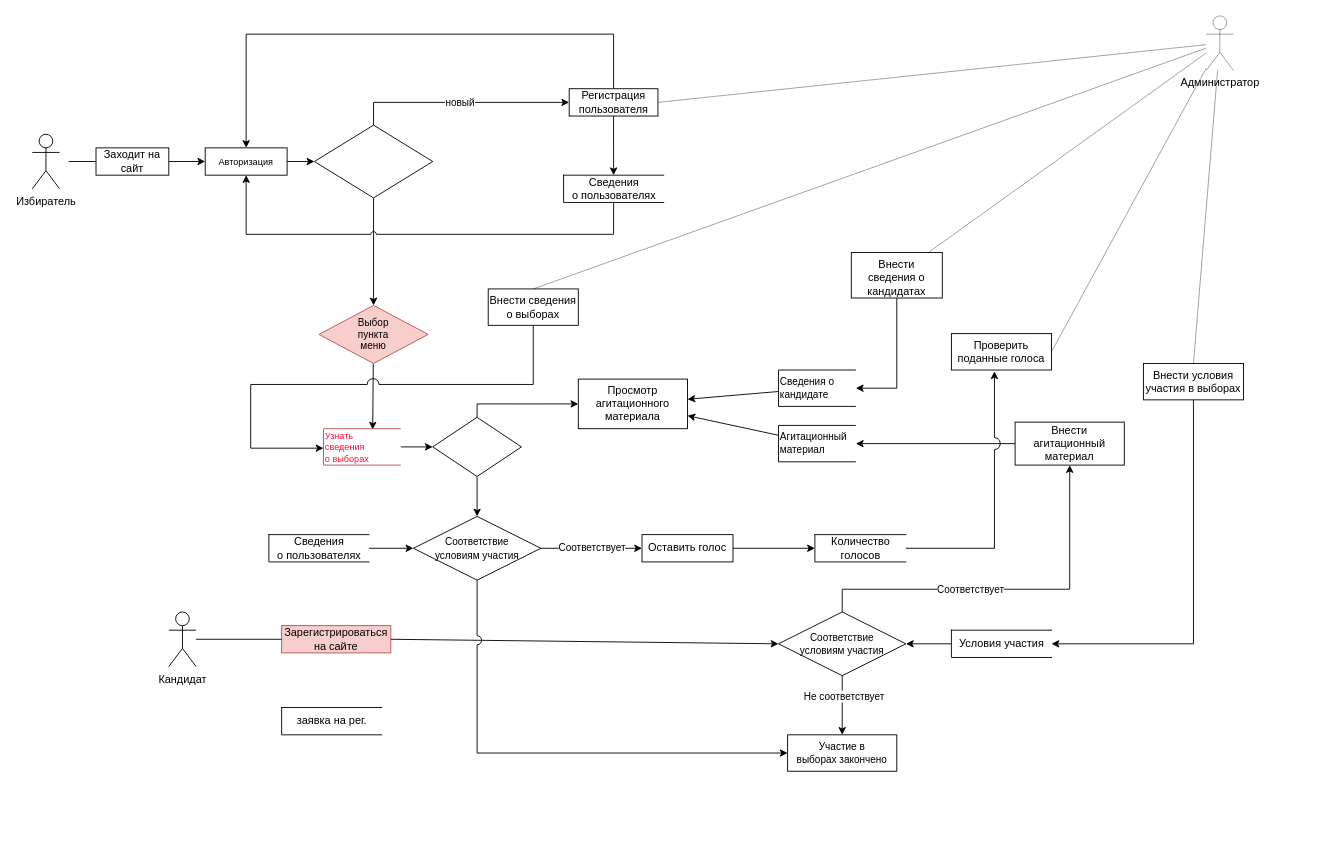
This is DFD Diagram v.2.0 .drawio from aleksey899/Inter.MixAN, a draw.io file, before an edit. Source tidied: cells renumbered, new cells numbered last; positions are measured from the earlier drawing's top-left corner, leaving out a move shared by most shapes. Both pictures are drawn from the tidied source at 91%, with x=0, y=0 at pixel (32, 15).
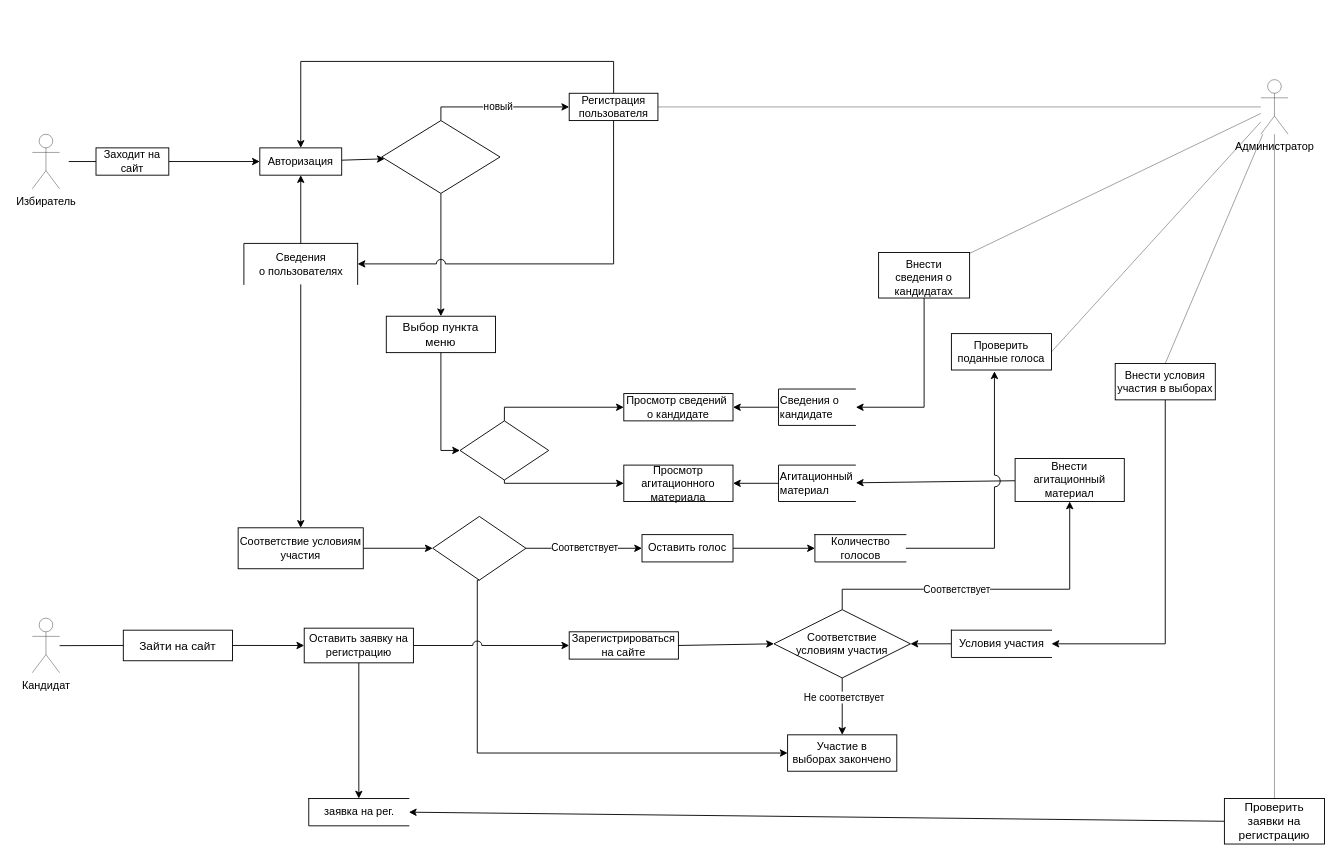
Above is the later version.

Unchanged cells that the change refers to:
```xml
<mxCell id="46" value="Условия участия" style="html=1;dashed=0;whitespace=wrap;shape=partialRectangle;right=0;" parent="1" vertex="1">
  <mxGeometry x="1010" y="675" width="110" height="30" as="geometry" />
</mxCell>
```

Diff of the diagram source:
```diff
@@
-    <mxCell id="3" value="Избиратель" style="shape=umlActor;verticalLabelPosition=bottom;verticalAlign=top;html=1;hachureGap=4;" parent="1" vertex="1">
+    <mxCell id="3" value="Избиратель" style="shape=umlActor;verticalLabelPosition=bottom;verticalAlign=top;html=1;hachureGap=4;opacity=40;" parent="1" vertex="1">
       <mxGeometry y="130" width="30" height="60" as="geometry" />
     </mxCell>
@@
     <mxCell id="5" value="Администратор" style="shape=umlActor;verticalLabelPosition=bottom;verticalAlign=top;html=1;outlineConnect=0;hachureGap=4;opacity=40;" parent="1" vertex="1">
-      <mxGeometry x="1290" width="30" height="60" as="geometry" />
+      <mxGeometry x="1350" y="70" width="30" height="60" as="geometry" />
     </mxCell>
-    <mxCell id="6" value="Кандидат" style="shape=umlActor;verticalLabelPosition=bottom;verticalAlign=top;html=1;outlineConnect=0;hachureGap=4;" parent="1" vertex="1">
-      <mxGeometry x="150" y="655" width="30" height="60" as="geometry" />
+    <mxCell id="6" value="Кандидат" style="shape=umlActor;verticalLabelPosition=bottom;verticalAlign=top;html=1;outlineConnect=0;hachureGap=4;opacity=40;" parent="1" vertex="1">
+      <mxGeometry y="661.8" width="30" height="60" as="geometry" />
     </mxCell>
@@
-    <mxCell id="9" style="edgeStyle=none;rounded=0;jettySize=auto;html=1;fontSize=11;endArrow=classic;endFill=1;entryX=0.636;entryY=0.024;entryDx=0;entryDy=0;entryPerimeter=0;" parent="1" edge="1" source="10" target="14">
-      <mxGeometry relative="1" as="geometry" />
-    </mxCell>
-    <mxCell id="10" value="&lt;font style=&quot;font-size: 11px&quot;&gt;Выбор &lt;br&gt;пункта &lt;br&gt;&lt;font style=&quot;font-size: 11px&quot;&gt;меню&lt;/font&gt;&lt;font style=&quot;font-size: 11px&quot;&gt; &lt;br&gt; &lt;/font&gt;&lt;/font&gt;" style="strokeWidth=1;html=1;shape=mxgraph.flowchart.decision;whiteSpace=wrap;fontSize=10;fillColor=#f8cecc;strokeColor=#b85450;" parent="1" vertex="1">
-      <mxGeometry x="315" y="318.1" width="120" height="63.8" as="geometry" />
-    </mxCell>
@@
-    <mxCell id="12" value="Авторизация" style="whiteSpace=wrap;html=1;fontSize=10;strokeWidth=1;" parent="1" vertex="1">
-      <mxGeometry x="190" y="145" width="90" height="30" as="geometry" />
+    <mxCell id="12" value="&lt;font style=&quot;font-size: 12px&quot;&gt;Авторизация&lt;/font&gt;" style="whiteSpace=wrap;html=1;fontSize=10;strokeWidth=1;" parent="1" vertex="1">
+      <mxGeometry x="250" y="145" width="90" height="30" as="geometry" />
     </mxCell>
-    <mxCell id="13" style="edgeStyle=none;rounded=0;jettySize=auto;html=1;fontSize=12;endArrow=classic;endFill=1;elbow=vertical;" parent="1" edge="1" source="14" target="24">
-      <mxGeometry relative="1" as="geometry" />
-    </mxCell>
-    <mxCell id="14" value="&lt;font&gt;&lt;span style=&quot;text-align: center ; font-size: 10px&quot;&gt;Узнать&lt;/span&gt;&lt;br style=&quot;text-align: center&quot;&gt;&lt;span style=&quot;text-align: center ; font-size: 10px&quot;&gt;сведения&lt;/span&gt;&lt;/font&gt; &lt;br&gt;&lt;div style=&quot;text-align: center&quot;&gt;&lt;span style=&quot;font-size: 10px&quot;&gt;о выборах&lt;/span&gt;&lt;/div&gt;" style="strokeWidth=1;html=1;shape=mxgraph.flowchart.annotation_1;align=left;rounded=0;fontSize=11;fillColor=#f8cecc;strokeColor=#b85450;fontColor=#FF0F37;" parent="1" vertex="1">
-      <mxGeometry x="320" y="453.6" width="85" height="40" as="geometry" />
-    </mxCell>
     <mxCell id="15" style="rhombus;whiteSpace=wrap;html=1;fontSize=10;strokeWidth=1;" parent="1" vertex="1">
-      <mxGeometry x="310" y="120" width="130" height="80" as="geometry" />
+      <mxGeometry x="384" y="115" width="130" height="80" as="geometry" />
     </mxCell>
@@
-    <mxCell id="17" value="новый" style="endArrow=classic;html=1;rounded=0;fontSize=11;edgeStyle=orthogonalEdgeStyle;elbow=vertical;endFill=1;exitX=0.5;exitY=0;exitDx=0;exitDy=0;entryX=0;entryY=0.5;entryDx=0;entryDy=0;" parent="1" edge="1" source="15" target="19">
+    <mxCell id="17" value="новый" style="endArrow=classic;html=1;rounded=0;fontSize=11;edgeStyle=orthogonalEdgeStyle;elbow=vertical;endFill=1;exitX=0.5;exitY=0;exitDx=0;exitDy=0;entryX=0;entryY=0.5;entryDx=0;entryDy=0;strokeWidth=1;" parent="1" edge="1" source="15" target="19">
       <mxGeometry relative="1" as="geometry" />
     </mxCell>
     <mxCell id="18" style="edgeStyle=orthogonalEdgeStyle;rounded=0;jettySize=auto;html=1;entryX=0.5;entryY=0;entryDx=0;entryDy=0;" parent="1" edge="1" source="19" target="12">
       <mxGeometry relative="1" as="geometry">
         <Array as="points">
-          <mxPoint x="639" y="20" />
-          <mxPoint x="235" y="20" />
+          <mxPoint x="639" y="50" />
+          <mxPoint x="295" y="50" />
         </Array>
       </mxGeometry>
     </mxCell>
     <mxCell id="19" value="&lt;font&gt;Регистрация&lt;br&gt;&lt;/font&gt;&lt;font&gt;пользователя&lt;/font&gt;" style="rounded=0;whiteSpace=wrap;html=1;fontSize=12;strokeWidth=1;" parent="1" vertex="1">
-      <mxGeometry x="590" y="80" width="97.5" height="30" as="geometry" />
+      <mxGeometry x="590" y="85" width="97.5" height="30" as="geometry" />
     </mxCell>
-    <mxCell id="20" style="endArrow=classic;html=1;rounded=0;fontSize=12;edgeStyle=orthogonalEdgeStyle;elbow=vertical;exitX=0.5;exitY=1;exitDx=0;exitDy=0;entryX=0.5;entryY=0;entryDx=0;entryDy=0;entryPerimeter=0;" parent="1" edge="1" source="15" target="10">
-      <mxGeometry relative="1" as="geometry">
-        <Array as="points">
-          <mxPoint x="375" y="290" />
-          <mxPoint x="375" y="290" />
-        </Array>
-      </mxGeometry>
-    </mxCell>
@@
     <mxCell id="24" style="rhombus;whiteSpace=wrap;html=1;rounded=0;fontSize=11;align=left;strokeWidth=1;" parent="1" vertex="1">
-      <mxGeometry x="440" y="441.1" width="97.5" height="65" as="geometry" />
+      <mxGeometry x="470" y="445" width="97.5" height="65" as="geometry" />
     </mxCell>
@@
-    <mxCell id="26" value="Зарегистрироваться&lt;br&gt;&lt;font&gt;на сайте&lt;/font&gt;" style="rounded=0;whiteSpace=wrap;html=1;fontSize=12;strokeWidth=1;fillColor=#f8cecc;strokeColor=#b85450;" parent="1" vertex="1">
-      <mxGeometry x="274" y="670" width="120" height="30" as="geometry" />
+    <mxCell id="26" value="Зарегистрироваться&lt;br&gt;&lt;font&gt;на сайте&lt;/font&gt;" style="rounded=0;whiteSpace=wrap;html=1;fontSize=12;strokeWidth=1;" parent="1" vertex="1">
+      <mxGeometry x="590" y="676.8" width="120" height="30" as="geometry" />
     </mxCell>
@@
     <mxCell id="29" value="Внести агитационный&lt;br&gt;&lt;font&gt;материал&lt;/font&gt;" style="rounded=0;whiteSpace=wrap;html=1;fontSize=12;strokeWidth=1;" parent="1" vertex="1">
-      <mxGeometry x="1080" y="446.4" width="120" height="47.2" as="geometry" />
+      <mxGeometry x="1080" y="486.4" width="120" height="47.2" as="geometry" />
     </mxCell>
-    <mxCell id="30" value="&lt;font style=&quot;font-size: 11px&quot;&gt;Соответствие&lt;font style=&quot;font-size: 11px&quot;&gt;&lt;br&gt;условиям &lt;/font&gt; &lt;font style=&quot;font-size: 11px&quot;&gt;участия&lt;/font&gt;&lt;/font&gt;" style="rhombus;whiteSpace=wrap;html=1;rounded=0;fontSize=12;strokeWidth=1;" parent="1" vertex="1">
-      <mxGeometry x="820" y="655" width="140" height="70" as="geometry" />
+    <mxCell id="30" value="&lt;font style=&quot;font-size: 12px&quot;&gt;Соответствие&lt;font style=&quot;font-size: 12px&quot;&gt;&lt;br&gt;условиям &lt;/font&gt; &lt;font style=&quot;font-size: 12px&quot;&gt;участия&lt;/font&gt;&lt;/font&gt;" style="rhombus;whiteSpace=wrap;html=1;rounded=0;fontSize=12;strokeWidth=1;" parent="1" vertex="1">
+      <mxGeometry x="815" y="652.5" width="150" height="75" as="geometry" />
     </mxCell>
-    <mxCell id="31" value="Участие в&lt;br&gt;выборах&amp;nbsp;&lt;font&gt;закончено&lt;/font&gt;" style="rounded=0;whiteSpace=wrap;html=1;fontSize=11;strokeWidth=1;" parent="1" vertex="1">
+    <mxCell id="31" value="&lt;font style=&quot;font-size: 12px&quot;&gt;Участие в&lt;br&gt;выборах&amp;nbsp;&lt;font style=&quot;font-size: 12px&quot;&gt;закончено&lt;/font&gt;&lt;/font&gt;" style="rounded=0;whiteSpace=wrap;html=1;fontSize=11;strokeWidth=1;" parent="1" vertex="1">
       <mxGeometry x="830" y="790" width="120" height="40" as="geometry" />
     </mxCell>
@@
-    <mxCell id="36" style="edgeStyle=none;rounded=0;jettySize=auto;html=1;endArrow=classic;endFill=1;" parent="1" edge="1" source="37" target="38">
+    <mxCell id="36" style="edgeStyle=none;rounded=0;jettySize=auto;html=1;endArrow=classic;endFill=1;entryX=1;entryY=0.5;entryDx=0;entryDy=0;" parent="1" edge="1" source="37" target="38">
       <mxGeometry relative="1" as="geometry" />
     </mxCell>
-    <mxCell id="37" value="Агитационный&lt;br&gt;материал" style="strokeWidth=1;html=1;shape=mxgraph.flowchart.annotation_1;align=left;rounded=0;fontSize=11;" parent="1" vertex="1">
-      <mxGeometry x="820" y="450" width="85" height="40" as="geometry" />
+    <mxCell id="37" value="&lt;font style=&quot;font-size: 12px&quot;&gt;Агитационный&lt;br&gt;материал&lt;/font&gt;" style="strokeWidth=1;html=1;shape=mxgraph.flowchart.annotation_1;align=left;rounded=0;fontSize=11;" parent="1" vertex="1">
+      <mxGeometry x="820" y="493.6" width="85" height="40" as="geometry" />
     </mxCell>
-    <mxCell id="38" value="Просмотр агитационного материала" style="rounded=0;whiteSpace=wrap;html=1;fontSize=12;strokeWidth=1;" parent="1" vertex="1">
-      <mxGeometry x="600" y="399.1" width="120" height="54.5" as="geometry" />
-    </mxCell>
-    <mxCell id="39" style="edgeStyle=none;rounded=0;jettySize=auto;html=1;endArrow=classic;endFill=1;" parent="1" edge="1" source="40" target="38">
+    <mxCell id="39" style="edgeStyle=none;rounded=0;jettySize=auto;html=1;endArrow=classic;endFill=1;entryX=1;entryY=0.5;entryDx=0;entryDy=0;" parent="1" edge="1" source="40" target="66">
       <mxGeometry relative="1" as="geometry" />
     </mxCell>
-    <mxCell id="40" value="Сведения о &lt;br&gt;кандидате" style="strokeWidth=1;html=1;shape=mxgraph.flowchart.annotation_1;align=left;rounded=0;fontSize=11;" parent="1" vertex="1">
-      <mxGeometry x="820" y="389.1" width="85" height="40" as="geometry" />
+    <mxCell id="40" value="&lt;font style=&quot;font-size: 12px&quot;&gt;Сведения о &lt;br&gt;кандидате&lt;/font&gt;" style="strokeWidth=1;html=1;shape=mxgraph.flowchart.annotation_1;align=left;rounded=0;fontSize=11;" parent="1" vertex="1">
+      <mxGeometry x="820" y="410" width="85" height="40" as="geometry" />
     </mxCell>
-    <mxCell id="41" value="Внести сведения о выборах" style="rounded=0;whiteSpace=wrap;html=1;" parent="1" vertex="1">
-      <mxGeometry x="501" y="300" width="99" height="40" as="geometry" />
-    </mxCell>
-    <mxCell id="42" style="endArrow=none;html=1;rounded=0;entryX=0.5;entryY=0;entryDx=0;entryDy=0;endFill=0;opacity=40;" parent="1" edge="1" source="5" target="41">
-      <mxGeometry relative="1" as="geometry" />
-    </mxCell>
-    <mxCell id="43" style="edgeStyle=orthogonalEdgeStyle;rounded=0;jettySize=auto;html=1;jumpStyle=arc;" parent="1" edge="1" source="44" target="12">
-      <mxGeometry relative="1" as="geometry">
-        <Array as="points">
-          <mxPoint x="639" y="240" />
-          <mxPoint x="235" y="240" />
-        </Array>
-      </mxGeometry>
+    <mxCell id="43" style="edgeStyle=none;rounded=0;jumpStyle=arc;jumpSize=10;jettySize=auto;html=1;fontSize=12;strokeWidth=1;" parent="1" edge="1" source="44" target="12">
+      <mxGeometry relative="1" as="geometry" />
     </mxCell>
-    <mxCell id="44" value="Сведения&lt;br&gt;о&amp;nbsp;&lt;font&gt;пользователях&lt;/font&gt;" style="html=1;dashed=0;whitespace=wrap;shape=partialRectangle;right=0;" parent="1" vertex="1">
-      <mxGeometry x="583.8" y="175" width="110" height="30" as="geometry" />
+    <mxCell id="44" value="Сведения&lt;br&gt;о&amp;nbsp;&lt;font&gt;пользователях&lt;/font&gt;" style="html=1;dashed=0;whitespace=wrap;shape=partialRectangle;right=0;direction=south;" parent="1" vertex="1">
+      <mxGeometry x="232.5" y="250" width="125" height="45" as="geometry" />
     </mxCell>
@@
     <mxCell id="47" value="Внести&lt;br&gt;сведения&amp;nbsp;&lt;font&gt;о кандидатах&lt;/font&gt;" style="whiteSpace=wrap;html=1;verticalAlign=top;hachureGap=4;" parent="1" vertex="1">
-      <mxGeometry x="900" y="260" width="100" height="50" as="geometry" />
+      <mxGeometry x="930" y="260" width="100" height="50" as="geometry" />
     </mxCell>
     <mxCell id="48" style="endArrow=classic;html=1;rounded=0;edgeStyle=orthogonalEdgeStyle;exitX=0.5;exitY=1;exitDx=0;exitDy=0;entryX=1;entryY=0.5;entryDx=0;entryDy=0;entryPerimeter=0;jumpStyle=arc;jumpSize=13;" parent="1" edge="1" source="47" target="40">
       <mxGeometry relative="1" as="geometry">
         <Array as="points">
-          <mxPoint x="950" y="409" />
+          <mxPoint x="980" y="430" />
         </Array>
       </mxGeometry>
     </mxCell>
-    <mxCell id="49" style="endArrow=classic;html=1;rounded=0;edgeStyle=orthogonalEdgeStyle;jumpStyle=arc;jumpSize=13;entryX=0;entryY=0.5;entryDx=0;entryDy=0;exitX=0.5;exitY=0;exitDx=0;exitDy=0;" parent="1" edge="1" source="24" target="38">
+    <mxCell id="49" style="endArrow=classic;html=1;rounded=0;edgeStyle=orthogonalEdgeStyle;jumpStyle=arc;jumpSize=13;exitX=0.5;exitY=0;exitDx=0;exitDy=0;entryX=0;entryY=0.5;entryDx=0;entryDy=0;" parent="1" edge="1" source="24" target="66">
       <mxGeometry relative="1" as="geometry">
         <Array as="points">
-          <mxPoint x="489" y="426" />
+          <mxPoint x="519" y="430" />
         </Array>
       </mxGeometry>
     </mxCell>
-    <mxCell id="50" style="endArrow=classic;html=1;rounded=0;jumpStyle=arc;jumpSize=13;exitX=0.5;exitY=1;exitDx=0;exitDy=0;" parent="1" edge="1" source="19" target="44">
-      <mxGeometry relative="1" as="geometry" />
-    </mxCell>
@@
-    <mxCell id="54" style="endArrow=classic;html=1;rounded=0;fontSize=12;edgeStyle=orthogonalEdgeStyle;jumpStyle=arc;jumpSize=13;exitX=0.5;exitY=1;exitDx=0;exitDy=0;" parent="1" edge="1" source="41">
-      <mxGeometry relative="1" as="geometry">
-        <mxPoint x="320" y="475" as="targetPoint" />
-        <Array as="points">
-          <mxPoint x="550" y="405" />
-          <mxPoint x="240" y="405" />
-          <mxPoint x="240" y="475" />
-        </Array>
-      </mxGeometry>
-    </mxCell>
     <mxCell id="55" value="Внести условия участия в выборах" style="rounded=0;whiteSpace=wrap;html=1;fontSize=12;direction=west;" parent="1" vertex="1">
-      <mxGeometry x="1221" y="381.9" width="110" height="40" as="geometry" />
+      <mxGeometry x="1190" y="381.9" width="110" height="40" as="geometry" />
     </mxCell>
@@
-    <mxCell id="57" value="&lt;font style=&quot;font-size: 11px&quot;&gt;Соответствие&lt;font style=&quot;font-size: 11px&quot;&gt;&lt;br&gt;условиям &lt;/font&gt; &lt;font style=&quot;font-size: 11px&quot;&gt;участия&lt;/font&gt;&lt;/font&gt;" style="rhombus;whiteSpace=wrap;html=1;rounded=0;fontSize=12;strokeWidth=1;" parent="1" vertex="1">
-      <mxGeometry x="418.8" y="550" width="140" height="70" as="geometry" />
+    <mxCell id="57" style="rhombus;whiteSpace=wrap;html=1;rounded=0;fontSize=12;strokeWidth=1;" parent="1" vertex="1">
+      <mxGeometry x="440" y="550" width="102.5" height="70" as="geometry" />
     </mxCell>
@@
-    <mxCell id="60" style="endArrow=none;html=1;rounded=0;jumpStyle=arc;jumpSize=10;endFill=0;" parent="1" edge="1" source="6" target="26">
-      <mxGeometry relative="1" as="geometry" />
-    </mxCell>
-    <mxCell id="61" style="endArrow=classic;html=1;rounded=0;jumpStyle=arc;jumpSize=10;exitX=0.5;exitY=1;exitDx=0;exitDy=0;entryX=0.5;entryY=0;entryDx=0;entryDy=0;" parent="1" edge="1" source="24" target="57">
-      <mxGeometry relative="1" as="geometry" />
-    </mxCell>
-    <mxCell id="62" value="Сведения&lt;br&gt;о пользователях" style="html=1;dashed=0;whitespace=wrap;shape=partialRectangle;right=0;" parent="1" vertex="1">
-      <mxGeometry x="260" y="570" width="110" height="30" as="geometry" />
-    </mxCell>
-    <mxCell id="63" style="endArrow=classic;html=1;rounded=0;jumpStyle=arc;jumpSize=10;exitX=1;exitY=0.5;exitDx=0;exitDy=0;entryX=0;entryY=0.5;entryDx=0;entryDy=0;" parent="1" edge="1" source="62" target="57">
+    <mxCell id="63" style="endArrow=classic;html=1;rounded=0;jumpStyle=arc;jumpSize=10;exitX=1;exitY=0.5;exitDx=0;exitDy=0;entryX=0;entryY=0.5;entryDx=0;entryDy=0;" parent="1" edge="1" source="78" target="57">
       <mxGeometry relative="1" as="geometry" />
     </mxCell>
     <mxCell id="64" style="endArrow=classic;html=1;rounded=0;jumpStyle=arc;jumpSize=10;edgeStyle=orthogonalEdgeStyle;exitX=0.5;exitY=0;exitDx=0;exitDy=0;entryX=1;entryY=0.5;entryDx=0;entryDy=0;" parent="1" edge="1" source="55" target="46">
       <mxGeometry relative="1" as="geometry">
         <Array as="points">
-          <mxPoint x="1276" y="690" />
+          <mxPoint x="1245" y="690" />
         </Array>
       </mxGeometry>
     </mxCell>
     <mxCell id="65" value="заявка на рег." style="html=1;dashed=0;whitespace=wrap;shape=partialRectangle;right=0;" parent="1" vertex="1">
-      <mxGeometry x="274" y="760" width="110" height="30" as="geometry" />
+      <mxGeometry x="303.8" y="860" width="110" height="30" as="geometry" />
     </mxCell>
+    <mxCell id="66" value="Просмотр сведений&amp;nbsp;&lt;br&gt;о кандидате" style="rounded=0;whiteSpace=wrap;html=1;" parent="1" vertex="1">
+      <mxGeometry x="650" y="415" width="120" height="30" as="geometry" />
+    </mxCell>
+    <mxCell id="38" value="Просмотр агитационного материала" style="rounded=0;whiteSpace=wrap;html=1;" parent="1" vertex="1">
+      <mxGeometry x="650" y="493.6" width="120" height="40" as="geometry" />
+    </mxCell>
+    <mxCell id="67" style="endArrow=classic;html=1;rounded=0;edgeStyle=orthogonalEdgeStyle;exitX=0.5;exitY=1;exitDx=0;exitDy=0;entryX=0;entryY=0.5;entryDx=0;entryDy=0;" parent="1" edge="1" source="24" target="38">
+      <mxGeometry relative="1" as="geometry">
+        <Array as="points">
+          <mxPoint x="519" y="514" />
+        </Array>
+      </mxGeometry>
+    </mxCell>
+    <mxCell id="20" style="endArrow=classic;html=1;rounded=0;exitX=0.5;exitY=1;exitDx=0;exitDy=0;entryX=0.5;entryY=0;entryDx=0;entryDy=0;" parent="1" edge="1" source="15" target="10">
+      <mxGeometry relative="1" as="geometry" />
+    </mxCell>
+    <mxCell id="10" value="&lt;font style=&quot;font-size: 13px&quot;&gt;Выбор пункта меню&lt;/font&gt;" style="rounded=0;whiteSpace=wrap;html=1;" parent="1" vertex="1">
+      <mxGeometry x="389" y="330" width="120" height="40" as="geometry" />
+    </mxCell>
+    <mxCell id="68" style="endArrow=classic;html=1;rounded=0;fontSize=13;edgeStyle=orthogonalEdgeStyle;entryX=0;entryY=0.5;entryDx=0;entryDy=0;exitX=0.5;exitY=1;exitDx=0;exitDy=0;" parent="1" edge="1" source="10" target="24">
+      <mxGeometry relative="1" as="geometry" />
+    </mxCell>
+    <mxCell id="69" value="Зайти на сайт" style="rounded=0;whiteSpace=wrap;html=1;fontSize=13;" parent="1" vertex="1">
+      <mxGeometry x="100" y="675" width="120" height="33.6" as="geometry" />
+    </mxCell>
+    <mxCell id="70" style="endArrow=none;html=1;rounded=0;fontSize=13;entryX=0;entryY=0.5;entryDx=0;entryDy=0;" parent="1" edge="1" target="69">
+      <mxGeometry relative="1" as="geometry">
+        <mxPoint x="30" y="692" as="sourcePoint" />
+      </mxGeometry>
+    </mxCell>
+    <mxCell id="71" style="endArrow=classic;html=1;rounded=0;fontSize=13;exitX=1;exitY=0.5;exitDx=0;exitDy=0;entryX=0;entryY=0.5;entryDx=0;entryDy=0;" parent="1" edge="1" source="69" target="75">
+      <mxGeometry relative="1" as="geometry" />
+    </mxCell>
+    <mxCell id="72" value="Проверить заявки на регистрацию" style="rounded=0;whiteSpace=wrap;html=1;fontSize=13;" parent="1" vertex="1">
+      <mxGeometry x="1310" y="860" width="110" height="50" as="geometry" />
+    </mxCell>
+    <mxCell id="73" style="endArrow=none;html=1;rounded=0;fontSize=13;opacity=40;" parent="1" edge="1" source="72" target="5">
+      <mxGeometry relative="1" as="geometry" />
+    </mxCell>
+    <mxCell id="74" style="edgeStyle=none;rounded=0;jettySize=auto;html=1;fontSize=12;jumpStyle=arc;jumpSize=10;" parent="1" edge="1" source="75" target="26">
+      <mxGeometry relative="1" as="geometry" />
+    </mxCell>
+    <mxCell id="75" value="Оставить заявку на регистрацию" style="rounded=0;whiteSpace=wrap;html=1;fontSize=12;" parent="1" vertex="1">
+      <mxGeometry x="298.8" y="672.8" width="120" height="38.1" as="geometry" />
+    </mxCell>
+    <mxCell id="76" style="endArrow=classic;html=1;rounded=0;fontSize=12;exitX=0.5;exitY=1;exitDx=0;exitDy=0;entryX=0.5;entryY=0;entryDx=0;entryDy=0;" parent="1" edge="1" source="75" target="65">
+      <mxGeometry relative="1" as="geometry" />
+    </mxCell>
+    <mxCell id="77" style="endArrow=classic;html=1;rounded=0;fontSize=12;exitX=0;exitY=0.5;exitDx=0;exitDy=0;entryX=1;entryY=0.5;entryDx=0;entryDy=0;" parent="1" edge="1" source="72" target="65">
+      <mxGeometry relative="1" as="geometry" />
+    </mxCell>
+    <mxCell id="50" style="endArrow=classic;html=1;rounded=0;fontSize=12;strokeWidth=1;jumpStyle=arc;jumpSize=10;edgeStyle=orthogonalEdgeStyle;exitX=0.5;exitY=1;exitDx=0;exitDy=0;entryX=0.5;entryY=0;entryDx=0;entryDy=0;" parent="1" edge="1" source="19" target="44">
+      <mxGeometry relative="1" as="geometry" />
+    </mxCell>
+    <mxCell id="78" value="Соответствие условиям участия" style="rounded=0;whiteSpace=wrap;html=1;fontSize=12;" parent="1" vertex="1">
+      <mxGeometry x="226.2" y="562.5" width="137.5" height="45" as="geometry" />
+    </mxCell>
+    <mxCell id="79" style="endArrow=classic;html=1;rounded=0;fontSize=12;strokeWidth=1;jumpStyle=arc;jumpSize=10;exitX=1;exitY=0.5;exitDx=0;exitDy=0;entryX=0.5;entryY=0;entryDx=0;entryDy=0;" parent="1" edge="1" source="44" target="78">
+      <mxGeometry relative="1" as="geometry" />
+    </mxCell>
```
